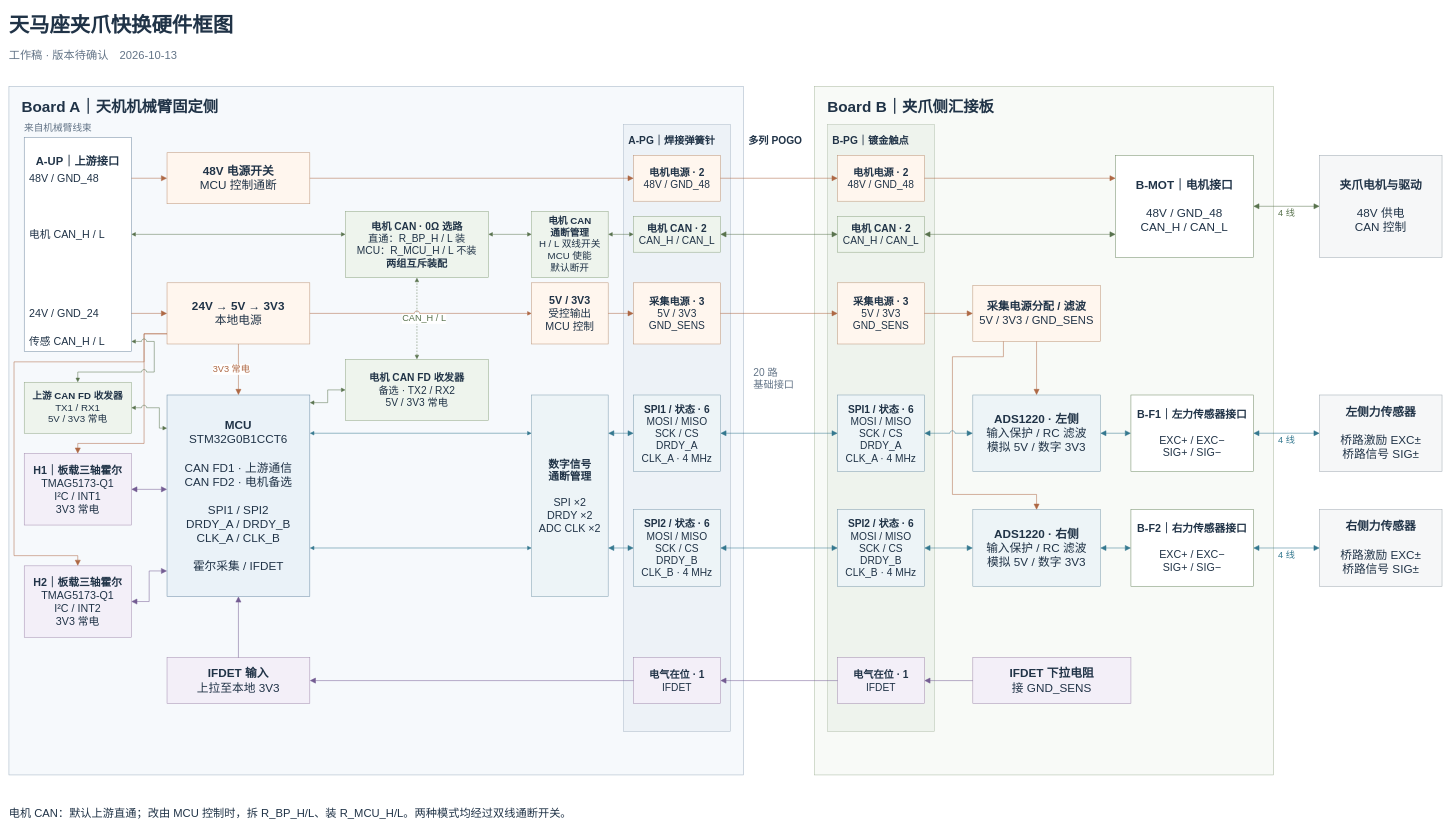
EverVance/tianma-quickchange-review keeps this draw.io diagram as hardware.drawio. Above is the earlier version. Source tidied: cells renumbered, new cells numbered last; positions are measured from the earlier drawing's top-left corner, leaving out a move shared by most shapes. Both pictures are drawn from the tidied source at 51%, with x=0, y=0 at pixel (9, 9).
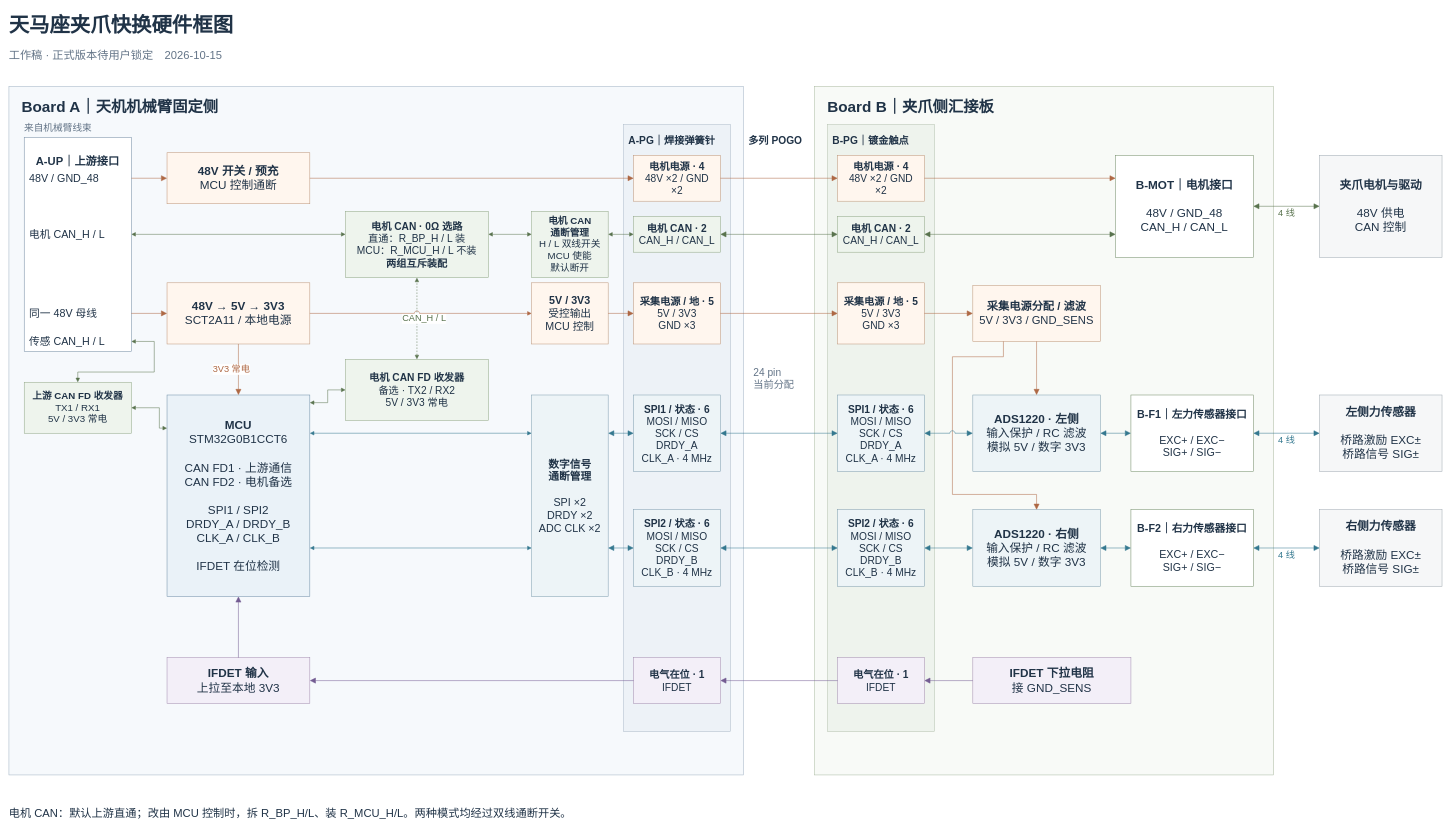
The same page after the edit.

Commit message (it also covers changes not shown here):
同步48V供电与取消霍尔后的快换硬件框图

The edit, as a diff of the source:
```diff
@@
-    <mxCell id="3" value="工作稿 · 版本待确认　2026-10-13" style="rounded=0;whiteSpace=wrap;html=1;align=center;verticalAlign=middle;spacing=10;fontFamily=Microsoft YaHei;fontSize=22;fontColor=#203347;strokeWidth=1;fillColor=none;strokeColor=none;align=left;spacing=0;fontColor=#637487;fontStyle=0;" parent="1" vertex="1">
+    <mxCell id="3" value="工作稿 · 正式版本待用户锁定　2026-10-15" style="rounded=0;whiteSpace=wrap;html=1;align=center;verticalAlign=middle;spacing=10;fontFamily=Microsoft YaHei;fontSize=22;fontColor=#203347;strokeWidth=1;fillColor=none;strokeColor=none;align=left;spacing=0;fontColor=#637487;fontStyle=0;" parent="1" vertex="1">
       <mxGeometry y="77" width="1000" height="30" as="geometry" />
     </mxCell>
@@
-    <mxCell id="13" value="20 路&lt;br&gt;基础接口" style="rounded=0;whiteSpace=wrap;html=1;align=center;verticalAlign=middle;spacing=10;fontFamily=Microsoft YaHei;fontSize=20;fontColor=#203347;strokeWidth=1;fillColor=none;strokeColor=none;align=left;spacing=0;fontColor=#637487;fontStyle=0;" parent="1" vertex="1">
+    <mxCell id="13" value="24 pin&lt;br&gt;当前分配" style="rounded=0;whiteSpace=wrap;html=1;align=center;verticalAlign=middle;spacing=10;fontFamily=Microsoft YaHei;fontSize=20;fontColor=#203347;strokeWidth=1;fillColor=none;strokeColor=none;align=left;spacing=0;fontColor=#637487;fontStyle=0;" parent="1" vertex="1">
       <mxGeometry x="1460" y="687" width="110" height="74" as="geometry" />
     </mxCell>
@@
-    <mxCell id="17" value="24V / GND_24" style="rounded=0;whiteSpace=wrap;html=1;align=center;verticalAlign=middle;spacing=10;fontFamily=Microsoft YaHei;fontSize=21;fontColor=#203347;strokeWidth=1;fillColor=none;strokeColor=none;align=left;spacing=0;fontColor=#203347;fontStyle=0;" parent="1" vertex="1">
+    <mxCell id="17" value="同一 48V 母线" style="rounded=0;whiteSpace=wrap;html=1;align=center;verticalAlign=middle;spacing=10;fontFamily=Microsoft YaHei;fontSize=21;fontColor=#203347;strokeWidth=1;fillColor=none;strokeColor=none;align=left;spacing=0;fontColor=#203347;fontStyle=0;" parent="1" vertex="1">
       <mxGeometry x="40" y="577" width="190" height="40" as="geometry" />
     </mxCell>
@@
-    <mxCell id="20" value="&lt;b&gt;48V 电源开关&lt;/b&gt;&lt;br&gt;MCU 控制通断" style="rounded=0;whiteSpace=wrap;html=1;align=center;verticalAlign=middle;spacing=10;fontFamily=Microsoft YaHei;fontSize=23;fontColor=#203347;strokeWidth=1;fillColor=#fff6ee;strokeColor=#bd9578;" parent="1" vertex="1">
+    <mxCell id="20" value="&lt;b&gt;48V 开关 / 预充&lt;/b&gt;&lt;br&gt;MCU 控制通断" style="rounded=0;whiteSpace=wrap;html=1;align=center;verticalAlign=middle;spacing=10;fontFamily=Microsoft YaHei;fontSize=23;fontColor=#203347;strokeWidth=1;fillColor=#fff6ee;strokeColor=#bd9578;" parent="1" vertex="1">
       <mxGeometry x="310" y="282" width="280" height="100" as="geometry" />
     </mxCell>
@@
-    <mxCell id="22" value="&lt;b&gt;24V → 5V → 3V3&lt;/b&gt;&lt;br&gt;本地电源" style="rounded=0;whiteSpace=wrap;html=1;align=center;verticalAlign=middle;spacing=10;fontFamily=Microsoft YaHei;fontSize=23;fontColor=#203347;strokeWidth=1;fillColor=#fff6ee;strokeColor=#bd9578;" parent="1" vertex="1">
+    <mxCell id="22" value="&lt;b&gt;48V → 5V → 3V3&lt;/b&gt;&lt;br&gt;SCT2A11 / 本地电源" style="rounded=0;whiteSpace=wrap;html=1;align=center;verticalAlign=middle;spacing=10;fontFamily=Microsoft YaHei;fontSize=23;fontColor=#203347;strokeWidth=1;fillColor=#fff6ee;strokeColor=#bd9578;" parent="1" vertex="1">
       <mxGeometry x="310" y="537" width="280" height="120" as="geometry" />
     </mxCell>
@@
-    <mxCell id="24" value="&lt;b&gt;MCU&lt;/b&gt;&lt;br&gt;STM32G0B1CCT6&lt;br&gt;&lt;br&gt;CAN FD1 · 上游通信&lt;br&gt;CAN FD2 · 电机备选&lt;br&gt;&lt;br&gt;SPI1 / SPI2&lt;br&gt;DRDY_A / DRDY_B&lt;br&gt;CLK_A / CLK_B&lt;br&gt;&lt;br&gt;霍尔采集 / IFDET" style="rounded=0;whiteSpace=wrap;html=1;align=center;verticalAlign=middle;spacing=10;fontFamily=Microsoft YaHei;fontSize=23;fontColor=#203347;strokeWidth=1;fillColor=#eaf2f8;strokeColor=#6d8da6;" parent="1" vertex="1">
+    <mxCell id="24" value="&lt;b&gt;MCU&lt;/b&gt;&lt;br&gt;STM32G0B1CCT6&lt;br&gt;&lt;br&gt;CAN FD1 · 上游通信&lt;br&gt;CAN FD2 · 电机备选&lt;br&gt;&lt;br&gt;SPI1 / SPI2&lt;br&gt;DRDY_A / DRDY_B&lt;br&gt;CLK_A / CLK_B&lt;br&gt;&lt;br&gt;IFDET 在位检测" style="rounded=0;whiteSpace=wrap;html=1;align=center;verticalAlign=middle;spacing=10;fontFamily=Microsoft YaHei;fontSize=23;fontColor=#203347;strokeWidth=1;fillColor=#eaf2f8;strokeColor=#6d8da6;" parent="1" vertex="1">
       <mxGeometry x="310" y="757" width="280" height="395" as="geometry" />
     </mxCell>
@@
-    <mxCell id="26" value="&lt;b&gt;H1｜板载三轴霍尔&lt;/b&gt;&lt;br&gt;TMAG5173-Q1&lt;br&gt;I²C / INT1&lt;br&gt;3V3 常电" style="rounded=0;whiteSpace=wrap;html=1;align=center;verticalAlign=middle;spacing=10;fontFamily=Microsoft YaHei;fontSize=21;fontColor=#203347;strokeWidth=1;fillColor=#f3eff8;strokeColor=#a38daf;" parent="1" vertex="1">
-      <mxGeometry x="30" y="872" width="210" height="140" as="geometry" />
-    </mxCell>
-    <mxCell id="27" value="&lt;b&gt;H2｜板载三轴霍尔&lt;/b&gt;&lt;br&gt;TMAG5173-Q1&lt;br&gt;I²C / INT2&lt;br&gt;3V3 常电" style="rounded=0;whiteSpace=wrap;html=1;align=center;verticalAlign=middle;spacing=10;fontFamily=Microsoft YaHei;fontSize=21;fontColor=#203347;strokeWidth=1;fillColor=#f3eff8;strokeColor=#a38daf;" parent="1" vertex="1">
-      <mxGeometry x="30" y="1092" width="210" height="140" as="geometry" />
-    </mxCell>
@@
-    <mxCell id="29" value="&lt;b&gt;电机电源 · 2&lt;/b&gt;&lt;br&gt;48V / GND_48" style="rounded=0;whiteSpace=wrap;html=1;align=center;verticalAlign=middle;spacing=10;fontFamily=Microsoft YaHei;fontSize=20;fontColor=#203347;strokeWidth=1;fillColor=#fff6ee;strokeColor=#bd9578;" parent="1" vertex="1">
+    <mxCell id="29" value="&lt;b&gt;电机电源 · 4&lt;/b&gt;&lt;br&gt;48V ×2 / GND ×2" style="rounded=0;whiteSpace=wrap;html=1;align=center;verticalAlign=middle;spacing=10;fontFamily=Microsoft YaHei;fontSize=20;fontColor=#203347;strokeWidth=1;fillColor=#fff6ee;strokeColor=#bd9578;" parent="1" vertex="1">
       <mxGeometry x="1225" y="287" width="170" height="90" as="geometry" />
     </mxCell>
-    <mxCell id="30" value="&lt;b&gt;电机电源 · 2&lt;/b&gt;&lt;br&gt;48V / GND_48" style="rounded=0;whiteSpace=wrap;html=1;align=center;verticalAlign=middle;spacing=10;fontFamily=Microsoft YaHei;fontSize=20;fontColor=#203347;strokeWidth=1;fillColor=#fff6ee;strokeColor=#bd9578;" parent="1" vertex="1">
+    <mxCell id="30" value="&lt;b&gt;电机电源 · 4&lt;/b&gt;&lt;br&gt;48V ×2 / GND ×2" style="rounded=0;whiteSpace=wrap;html=1;align=center;verticalAlign=middle;spacing=10;fontFamily=Microsoft YaHei;fontSize=20;fontColor=#203347;strokeWidth=1;fillColor=#fff6ee;strokeColor=#bd9578;" parent="1" vertex="1">
       <mxGeometry x="1625" y="287" width="170" height="90" as="geometry" />
     </mxCell>
@@
-    <mxCell id="35" value="&lt;b&gt;采集电源 · 3&lt;/b&gt;&lt;br&gt;5V / 3V3&lt;br&gt;GND_SENS" style="rounded=0;whiteSpace=wrap;html=1;align=center;verticalAlign=middle;spacing=10;fontFamily=Microsoft YaHei;fontSize=20;fontColor=#203347;strokeWidth=1;fillColor=#fff6ee;strokeColor=#bd9578;" parent="1" vertex="1">
+    <mxCell id="35" value="&lt;b&gt;采集电源 / 地 · 5&lt;/b&gt;&lt;br&gt;5V / 3V3&lt;br&gt;GND ×3" style="rounded=0;whiteSpace=wrap;html=1;align=center;verticalAlign=middle;spacing=10;fontFamily=Microsoft YaHei;fontSize=20;fontColor=#203347;strokeWidth=1;fillColor=#fff6ee;strokeColor=#bd9578;" parent="1" vertex="1">
       <mxGeometry x="1225" y="537" width="170" height="120" as="geometry" />
     </mxCell>
-    <mxCell id="36" value="&lt;b&gt;采集电源 · 3&lt;/b&gt;&lt;br&gt;5V / 3V3&lt;br&gt;GND_SENS" style="rounded=0;whiteSpace=wrap;html=1;align=center;verticalAlign=middle;spacing=10;fontFamily=Microsoft YaHei;fontSize=20;fontColor=#203347;strokeWidth=1;fillColor=#fff6ee;strokeColor=#bd9578;" parent="1" vertex="1">
+    <mxCell id="36" value="&lt;b&gt;采集电源 / 地 · 5&lt;/b&gt;&lt;br&gt;5V / 3V3&lt;br&gt;GND ×3" style="rounded=0;whiteSpace=wrap;html=1;align=center;verticalAlign=middle;spacing=10;fontFamily=Microsoft YaHei;fontSize=20;fontColor=#203347;strokeWidth=1;fillColor=#fff6ee;strokeColor=#bd9578;" parent="1" vertex="1">
       <mxGeometry x="1625" y="537" width="170" height="120" as="geometry" />
     </mxCell>
@@
-    <mxCell id="56" style="edgeStyle=none;rounded=0;html=1;strokeColor=#735c92;strokeWidth=1;endArrow=block;endFill=1;endSize=9;startArrow=block;startFill=1;startSize=9;exitX=1;exitY=0.5;entryX=0;entryY=0.46835443037974683;exitDx=0;exitDy=0;entryDx=0;entryDy=0;jumpStyle=arc;jumpSize=10;fontFamily=Microsoft YaHei;fontSize=18;fontColor=#735c92;labelBackgroundColor=#ffffff;dashed=0;" parent="1" edge="1" source="26" target="24">
-      <mxGeometry y="-14" relative="1" as="geometry">
-        <Array as="points">
-          <mxPoint x="275" y="942" />
-        </Array>
-      </mxGeometry>
-    </mxCell>
-    <mxCell id="57" style="edgeStyle=none;rounded=0;html=1;strokeColor=#735c92;strokeWidth=1;endArrow=block;endFill=1;endSize=9;startArrow=block;startFill=1;startSize=9;exitX=1;exitY=0.5;entryX=0;entryY=0.8734177215189873;exitDx=0;exitDy=0;entryDx=0;entryDy=0;jumpStyle=arc;jumpSize=10;fontFamily=Microsoft YaHei;fontSize=18;fontColor=#735c92;labelBackgroundColor=#ffffff;dashed=0;" parent="1" edge="1" source="27" target="24">
-      <mxGeometry y="-14" relative="1" as="geometry">
-        <Array as="points">
-          <mxPoint x="275" y="1162" />
-          <mxPoint x="275" y="1102" />
-        </Array>
-      </mxGeometry>
-    </mxCell>
-    <mxCell id="58" style="edgeStyle=none;rounded=0;html=1;strokeColor=#ae6844;strokeWidth=1;endArrow=block;endFill=1;endSize=9;startArrow=none;startFill=1;startSize=9;exitX=0;exitY=0.8333333333333334;entryX=0.5;entryY=0;exitDx=0;exitDy=0;entryDx=0;entryDy=0;jumpStyle=arc;jumpSize=10;fontFamily=Microsoft YaHei;fontSize=18;fontColor=#ae6844;labelBackgroundColor=#ffffff;dashed=0;" parent="1" edge="1" source="22" target="26">
-      <mxGeometry y="-14" relative="1" as="geometry">
-        <Array as="points">
-          <mxPoint x="265" y="637" />
-          <mxPoint x="265" y="852" />
-          <mxPoint x="135" y="852" />
-        </Array>
-      </mxGeometry>
-    </mxCell>
-    <mxCell id="59" style="edgeStyle=none;rounded=0;html=1;strokeColor=#ae6844;strokeWidth=1;endArrow=block;endFill=1;endSize=9;startArrow=none;startFill=1;startSize=9;exitX=0;exitY=0.8333333333333334;entryX=0.5;entryY=0;exitDx=0;exitDy=0;entryDx=0;entryDy=0;jumpStyle=arc;jumpSize=10;fontFamily=Microsoft YaHei;fontSize=18;fontColor=#ae6844;labelBackgroundColor=#ffffff;dashed=0;" parent="1" edge="1" source="22" target="27">
-      <mxGeometry y="-14" relative="1" as="geometry">
-        <Array as="points">
-          <mxPoint x="265" y="637" />
-          <mxPoint x="265" y="692" />
-          <mxPoint x="10" y="692" />
-          <mxPoint x="10" y="1072" />
-          <mxPoint x="135" y="1072" />
-        </Array>
-      </mxGeometry>
-    </mxCell>
```
